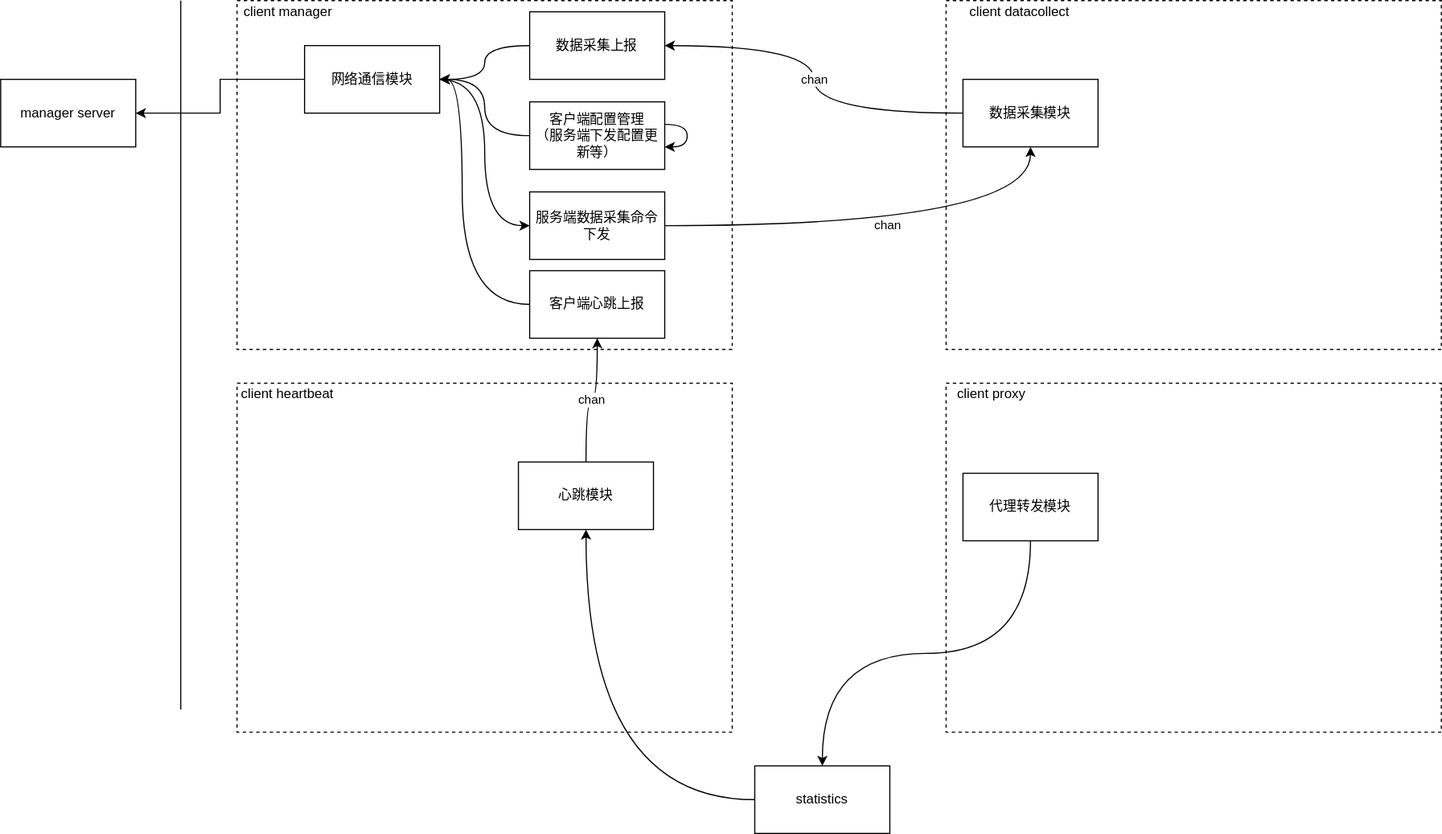
This is tc_客户端模块设计.svg from c17abab/diag_pics, a draw.io export, as it was before one commit. Source tidied: cells renumbered, new cells last; positions are measured from the earlier drawing's top-left corner, leaving out a move shared by most shapes.
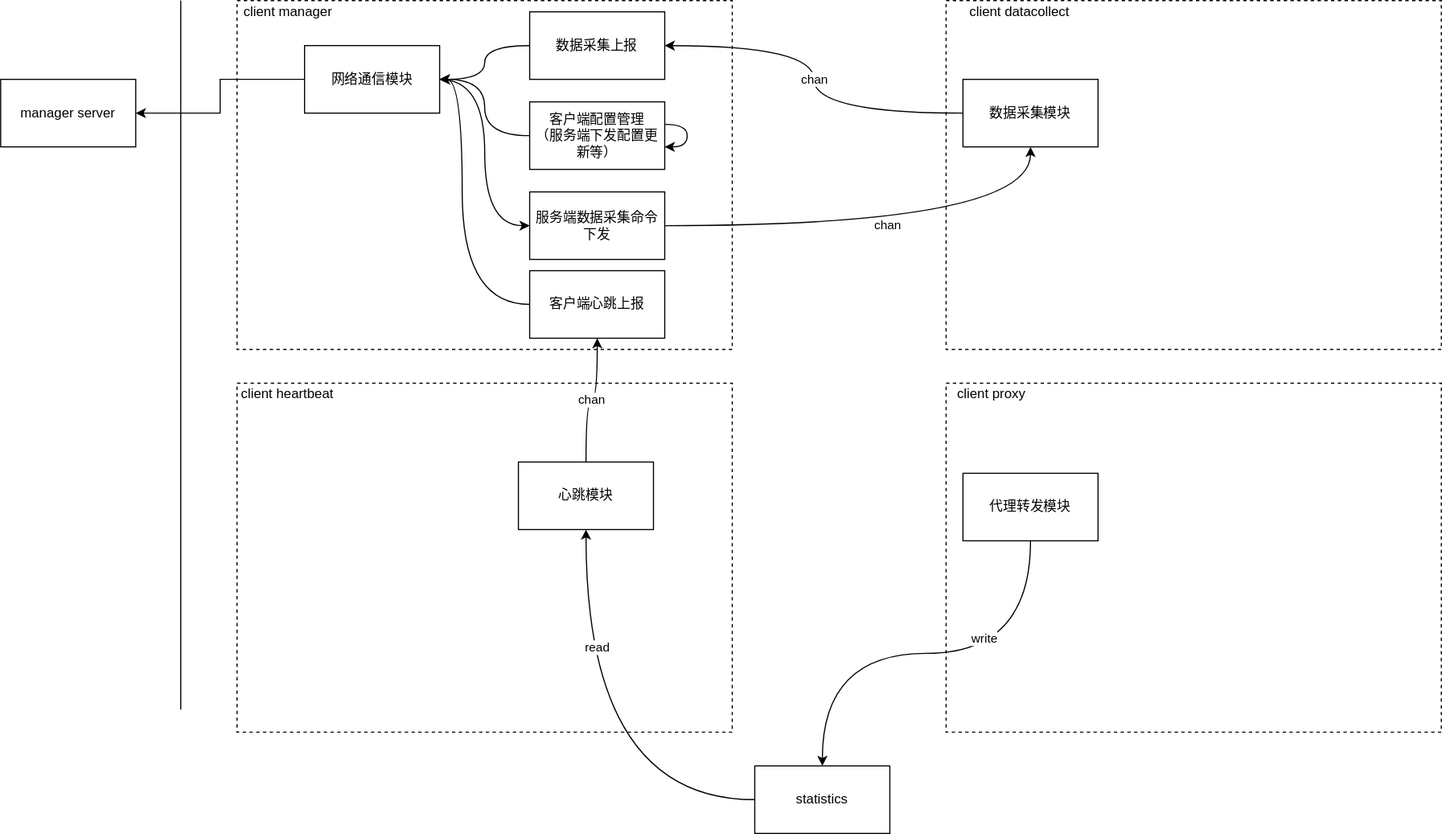
After the commit.

Commit message:
更新tc_客户端模块设计.svg

Diff of the diagram source:
```diff
@@ -81,6 +81,9 @@
     <mxCell id="23" style="edgeStyle=orthogonalEdgeStyle;curved=1;rounded=0;jettySize=auto;html=1;exitX=0.5;exitY=1;exitDx=0;exitDy=0;" parent="1" edge="1" source="24" target="28">
       <mxGeometry relative="1" as="geometry" />
     </mxCell>
+    <mxCell id="32" value="write" style="edgeLabel;html=1;align=center;verticalAlign=middle;" parent="23" vertex="1">
+      <mxGeometry x="-0.27" y="-14" relative="1" as="geometry" />
+    </mxCell>
     <mxCell id="24" value="代理转发模块" style="rounded=0;whiteSpace=wrap;html=1;" parent="1" vertex="1">
       <mxGeometry x="855" y="420" width="120" height="60" as="geometry" />
     </mxCell>
@@ -93,6 +96,9 @@
     <mxCell id="27" style="edgeStyle=orthogonalEdgeStyle;curved=1;rounded=0;jettySize=auto;html=1;" parent="1" edge="1" source="28" target="26">
       <mxGeometry relative="1" as="geometry" />
     </mxCell>
+    <mxCell id="33" value="read" style="edgeLabel;html=1;align=center;verticalAlign=middle;" parent="27" vertex="1">
+      <mxGeometry x="0.47" y="-9" relative="1" as="geometry" />
+    </mxCell>
     <mxCell id="28" value="statistics" style="rounded=0;whiteSpace=wrap;html=1;" parent="1" vertex="1">
       <mxGeometry x="670" y="680" width="120" height="60" as="geometry" />
     </mxCell>
```
